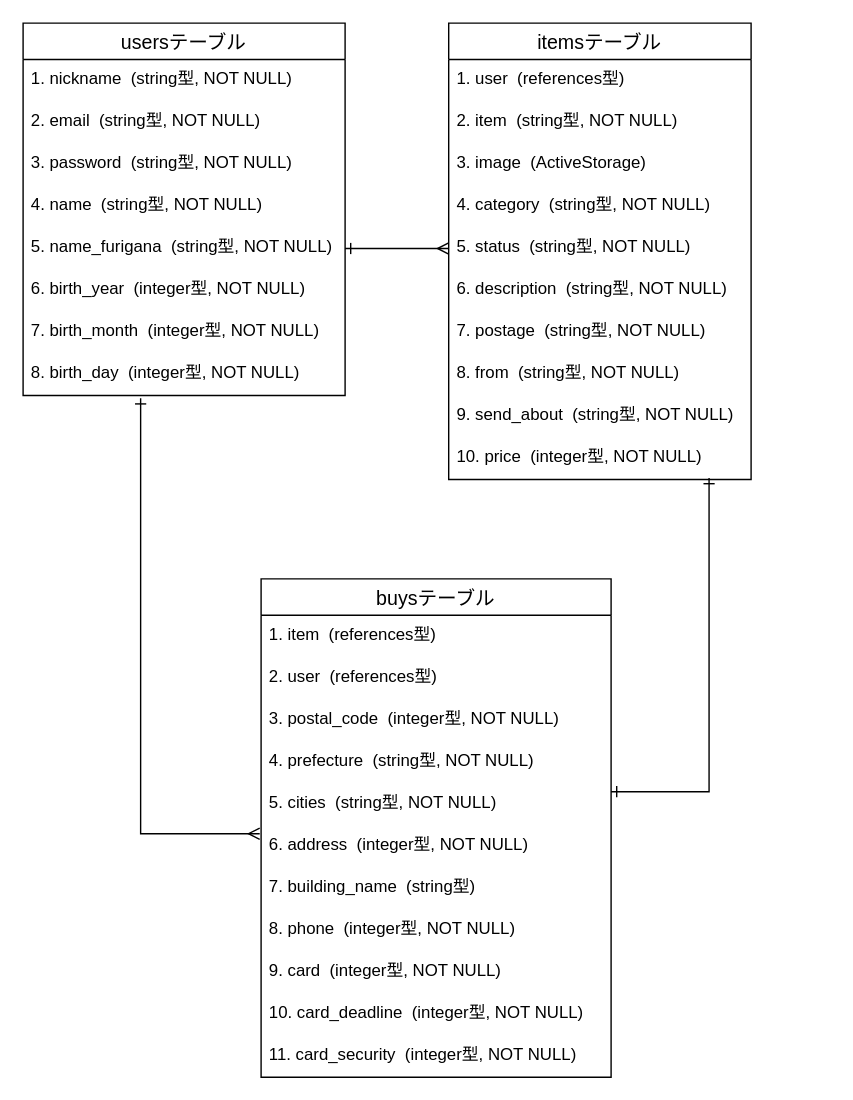
Before: furima-er.dio in itokanta/furima-35084, a draw.io diagram. Source tidied: cells renumbered, new cells numbered last; positions are measured from the earlier drawing's top-left corner, leaving out a move shared by most shapes. Both pictures are drawn from the tidied source at 140%, with x=0, y=0 at pixel (22, 22).
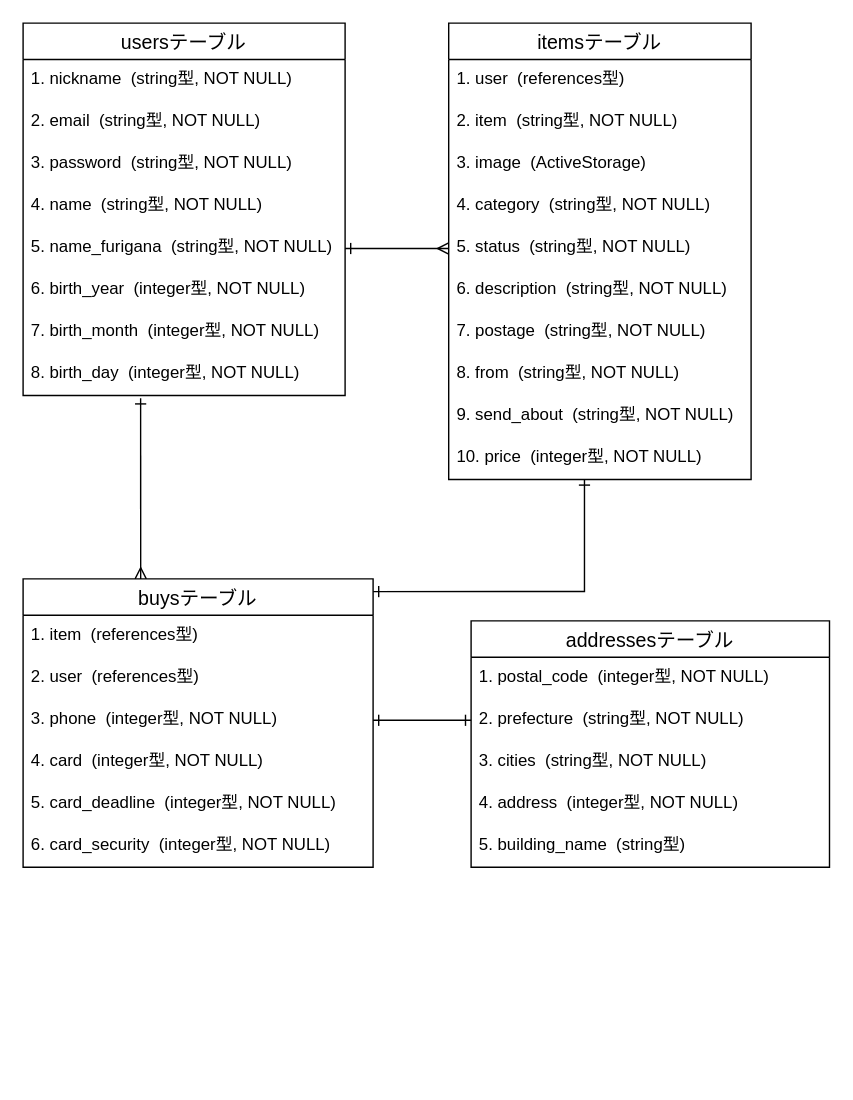
The same diagram, later.

Unchanged cells that the change refers to:
```xml
<mxCell id="10" value="8. birth_day  (integer型, NOT NULL)" style="text;strokeColor=none;fillColor=none;spacingLeft=4;spacingRight=4;overflow=hidden;points=[[0,0.5],[1,0.5]];portConstraint=eastwest;fontSize=12;" parent="2" vertex="1">
  <mxGeometry y="236" width="230" height="30" as="geometry" />
</mxCell>
<mxCell id="22" value="10. price  (integer型, NOT NULL)" style="text;strokeColor=none;fillColor=none;spacingLeft=4;spacingRight=4;overflow=hidden;points=[[0,0.5],[1,0.5]];portConstraint=eastwest;fontSize=12;" parent="12" vertex="1">
  <mxGeometry y="296" width="216" height="30" as="geometry" />
</mxCell>
```

What changed in the source:
```diff
@@
-    <mxCell id="23" style="rounded=0;jettySize=auto;html=1;startArrow=ERone;startFill=0;endArrow=ERone;endFill=0;entryX=0.861;entryY=0.967;entryDx=0;entryDy=0;entryPerimeter=0;exitX=1;exitY=0.2;exitDx=0;exitDy=0;exitPerimeter=0;edgeStyle=elbowEdgeStyle;elbow=vertical;" parent="1" edge="1" source="30" target="22">
-      <mxGeometry relative="1" as="geometry">
-        <Array as="points">
-          <mxPoint x="450" y="549" />
-        </Array>
-      </mxGeometry>
-    </mxCell>
-    <mxCell id="24" style="edgeStyle=elbowEdgeStyle;rounded=0;jettySize=auto;elbow=vertical;html=1;entryX=0.365;entryY=1.067;entryDx=0;entryDy=0;entryPerimeter=0;startArrow=ERmany;startFill=0;endArrow=ERone;endFill=0;exitX=-0.004;exitY=0.2;exitDx=0;exitDy=0;exitPerimeter=0;" parent="1" edge="1" source="31" target="10">
-      <mxGeometry relative="1" as="geometry">
-        <Array as="points">
-          <mxPoint x="130" y="579" />
-        </Array>
-      </mxGeometry>
+    <mxCell id="24" style="rounded=0;jettySize=auto;elbow=vertical;html=1;entryX=0.365;entryY=1.067;entryDx=0;entryDy=0;entryPerimeter=0;startArrow=ERmany;startFill=0;endArrow=ERone;endFill=0;exitX=0.336;exitY=0;exitDx=0;exitDy=0;exitPerimeter=0;" parent="1" edge="1" source="25" target="10">
+      <mxGeometry relative="1" as="geometry" />
     </mxCell>
+    <mxCell id="37" style="edgeStyle=elbowEdgeStyle;rounded=0;jettySize=auto;html=1;startArrow=ERone;startFill=0;endArrow=ERone;endFill=0;exitX=1;exitY=0.044;exitDx=0;exitDy=0;exitPerimeter=0;elbow=vertical;entryX=0.449;entryY=1;entryDx=0;entryDy=0;entryPerimeter=0;" parent="1" edge="1" source="25" target="22">
+      <mxGeometry relative="1" as="geometry">
+        <Array as="points">
+          <mxPoint x="330" y="406" />
+        </Array>
+      </mxGeometry>
+    </mxCell>
+    <mxCell id="38" style="edgeStyle=elbowEdgeStyle;rounded=0;jettySize=auto;elbow=vertical;html=1;entryX=0;entryY=0.5;entryDx=0;entryDy=0;startArrow=ERone;startFill=0;endArrow=ERone;endFill=0;" parent="1" edge="1" source="25" target="29">
+      <mxGeometry relative="1" as="geometry" />
+    </mxCell>
     <mxCell id="25" value="buysテーブル" style="swimlane;fontStyle=0;horizontal=1;startSize=26;align=center;fontSize=14;" parent="1" vertex="1">
-      <mxGeometry x="170" y="397" width="250" height="356" as="geometry" />
+      <mxGeometry y="397" width="250" height="206" as="geometry" />
     </mxCell>
@@
+    <mxCell id="33" value="3. phone  (integer型, NOT NULL)" style="text;strokeColor=none;fillColor=none;spacingLeft=4;spacingRight=4;overflow=hidden;fontSize=12;" parent="25" vertex="1">
+      <mxGeometry y="86" width="250" height="30" as="geometry" />
+    </mxCell>
+    <mxCell id="34" value="4. card  (integer型, NOT NULL)" style="text;strokeColor=none;fillColor=none;spacingLeft=4;spacingRight=4;overflow=hidden;fontSize=12;" parent="25" vertex="1">
+      <mxGeometry y="116" width="250" height="30" as="geometry" />
+    </mxCell>
+    <mxCell id="35" value="5. card_deadline  (integer型, NOT NULL)" style="text;strokeColor=none;fillColor=none;spacingLeft=4;spacingRight=4;overflow=hidden;fontSize=12;" parent="25" vertex="1">
+      <mxGeometry y="146" width="250" height="30" as="geometry" />
+    </mxCell>
+    <mxCell id="36" value="6. card_security  (integer型, NOT NULL)" style="text;strokeColor=none;fillColor=none;spacingLeft=4;spacingRight=4;overflow=hidden;fontSize=12;" parent="25" vertex="1">
+      <mxGeometry y="176" width="250" height="30" as="geometry" />
+    </mxCell>
+    <mxCell id="39" value="addressesテーブル" style="swimlane;fontStyle=0;horizontal=1;startSize=26;align=center;fontSize=14;" parent="1" vertex="1">
+      <mxGeometry x="320" y="427" width="256" height="176" as="geometry" />
+    </mxCell>
-    <mxCell id="28" value="3. postal_code  (integer型, NOT NULL)" style="text;strokeColor=none;fillColor=none;spacingLeft=4;spacingRight=4;overflow=hidden;fontSize=12;" parent="25" vertex="1">
-      <mxGeometry y="86" width="250" height="30" as="geometry" />
+    <mxCell id="28" value="1. postal_code  (integer型, NOT NULL)" style="text;strokeColor=none;fillColor=none;spacingLeft=4;spacingRight=4;overflow=hidden;fontSize=12;" parent="39" vertex="1">
+      <mxGeometry y="26" width="256" height="30" as="geometry" />
     </mxCell>
-    <mxCell id="29" value="4. prefecture  (string型, NOT NULL)" style="text;strokeColor=none;fillColor=none;spacingLeft=4;spacingRight=4;overflow=hidden;points=[[0,0.5],[1,0.5]];portConstraint=eastwest;fontSize=12;" parent="25" vertex="1">
-      <mxGeometry y="116" width="250" height="30" as="geometry" />
+    <mxCell id="29" value="2. prefecture  (string型, NOT NULL)" style="text;strokeColor=none;fillColor=none;spacingLeft=4;spacingRight=4;overflow=hidden;points=[[0,0.5],[1,0.5]];portConstraint=eastwest;fontSize=12;" parent="39" vertex="1">
+      <mxGeometry y="56" width="256" height="30" as="geometry" />
     </mxCell>
-    <mxCell id="30" value="5. cities  (string型, NOT NULL)" style="text;strokeColor=none;fillColor=none;spacingLeft=4;spacingRight=4;overflow=hidden;points=[[0,0.5],[1,0.5]];portConstraint=eastwest;fontSize=12;" parent="25" vertex="1">
-      <mxGeometry y="146" width="250" height="30" as="geometry" />
+    <mxCell id="30" value="3. cities  (string型, NOT NULL)" style="text;strokeColor=none;fillColor=none;spacingLeft=4;spacingRight=4;overflow=hidden;points=[[0,0.5],[1,0.5]];portConstraint=eastwest;fontSize=12;" parent="39" vertex="1">
+      <mxGeometry y="86" width="256" height="30" as="geometry" />
     </mxCell>
-    <mxCell id="31" value="6. address  (integer型, NOT NULL)" style="text;strokeColor=none;fillColor=none;spacingLeft=4;spacingRight=4;overflow=hidden;points=[[0,0.5],[1,0.5]];portConstraint=eastwest;fontSize=12;" parent="25" vertex="1">
-      <mxGeometry y="176" width="250" height="30" as="geometry" />
+    <mxCell id="31" value="4. address  (integer型, NOT NULL)" style="text;strokeColor=none;fillColor=none;spacingLeft=4;spacingRight=4;overflow=hidden;points=[[0,0.5],[1,0.5]];portConstraint=eastwest;fontSize=12;" parent="39" vertex="1">
+      <mxGeometry y="116" width="256" height="30" as="geometry" />
     </mxCell>
-    <mxCell id="32" value="7. building_name  (string型)" style="text;strokeColor=none;fillColor=none;spacingLeft=4;spacingRight=4;overflow=hidden;fontSize=12;" parent="25" vertex="1">
-      <mxGeometry y="206" width="250" height="30" as="geometry" />
+    <mxCell id="32" value="5. building_name  (string型)" style="text;strokeColor=none;fillColor=none;spacingLeft=4;spacingRight=4;overflow=hidden;fontSize=12;" parent="39" vertex="1">
+      <mxGeometry y="146" width="256" height="30" as="geometry" />
     </mxCell>
-    <mxCell id="33" value="8. phone  (integer型, NOT NULL)" style="text;strokeColor=none;fillColor=none;spacingLeft=4;spacingRight=4;overflow=hidden;fontSize=12;" parent="25" vertex="1">
-      <mxGeometry y="236" width="250" height="30" as="geometry" />
-    </mxCell>
-    <mxCell id="34" value="9. card  (integer型, NOT NULL)" style="text;strokeColor=none;fillColor=none;spacingLeft=4;spacingRight=4;overflow=hidden;fontSize=12;" parent="25" vertex="1">
-      <mxGeometry y="266" width="250" height="30" as="geometry" />
-    </mxCell>
-    <mxCell id="35" value="10. card_deadline  (integer型, NOT NULL)" style="text;strokeColor=none;fillColor=none;spacingLeft=4;spacingRight=4;overflow=hidden;fontSize=12;" parent="25" vertex="1">
-      <mxGeometry y="296" width="250" height="30" as="geometry" />
-    </mxCell>
-    <mxCell id="36" value="11. card_security  (integer型, NOT NULL)" style="text;strokeColor=none;fillColor=none;spacingLeft=4;spacingRight=4;overflow=hidden;fontSize=12;" parent="25" vertex="1">
-      <mxGeometry y="326" width="250" height="30" as="geometry" />
-    </mxCell>
```
